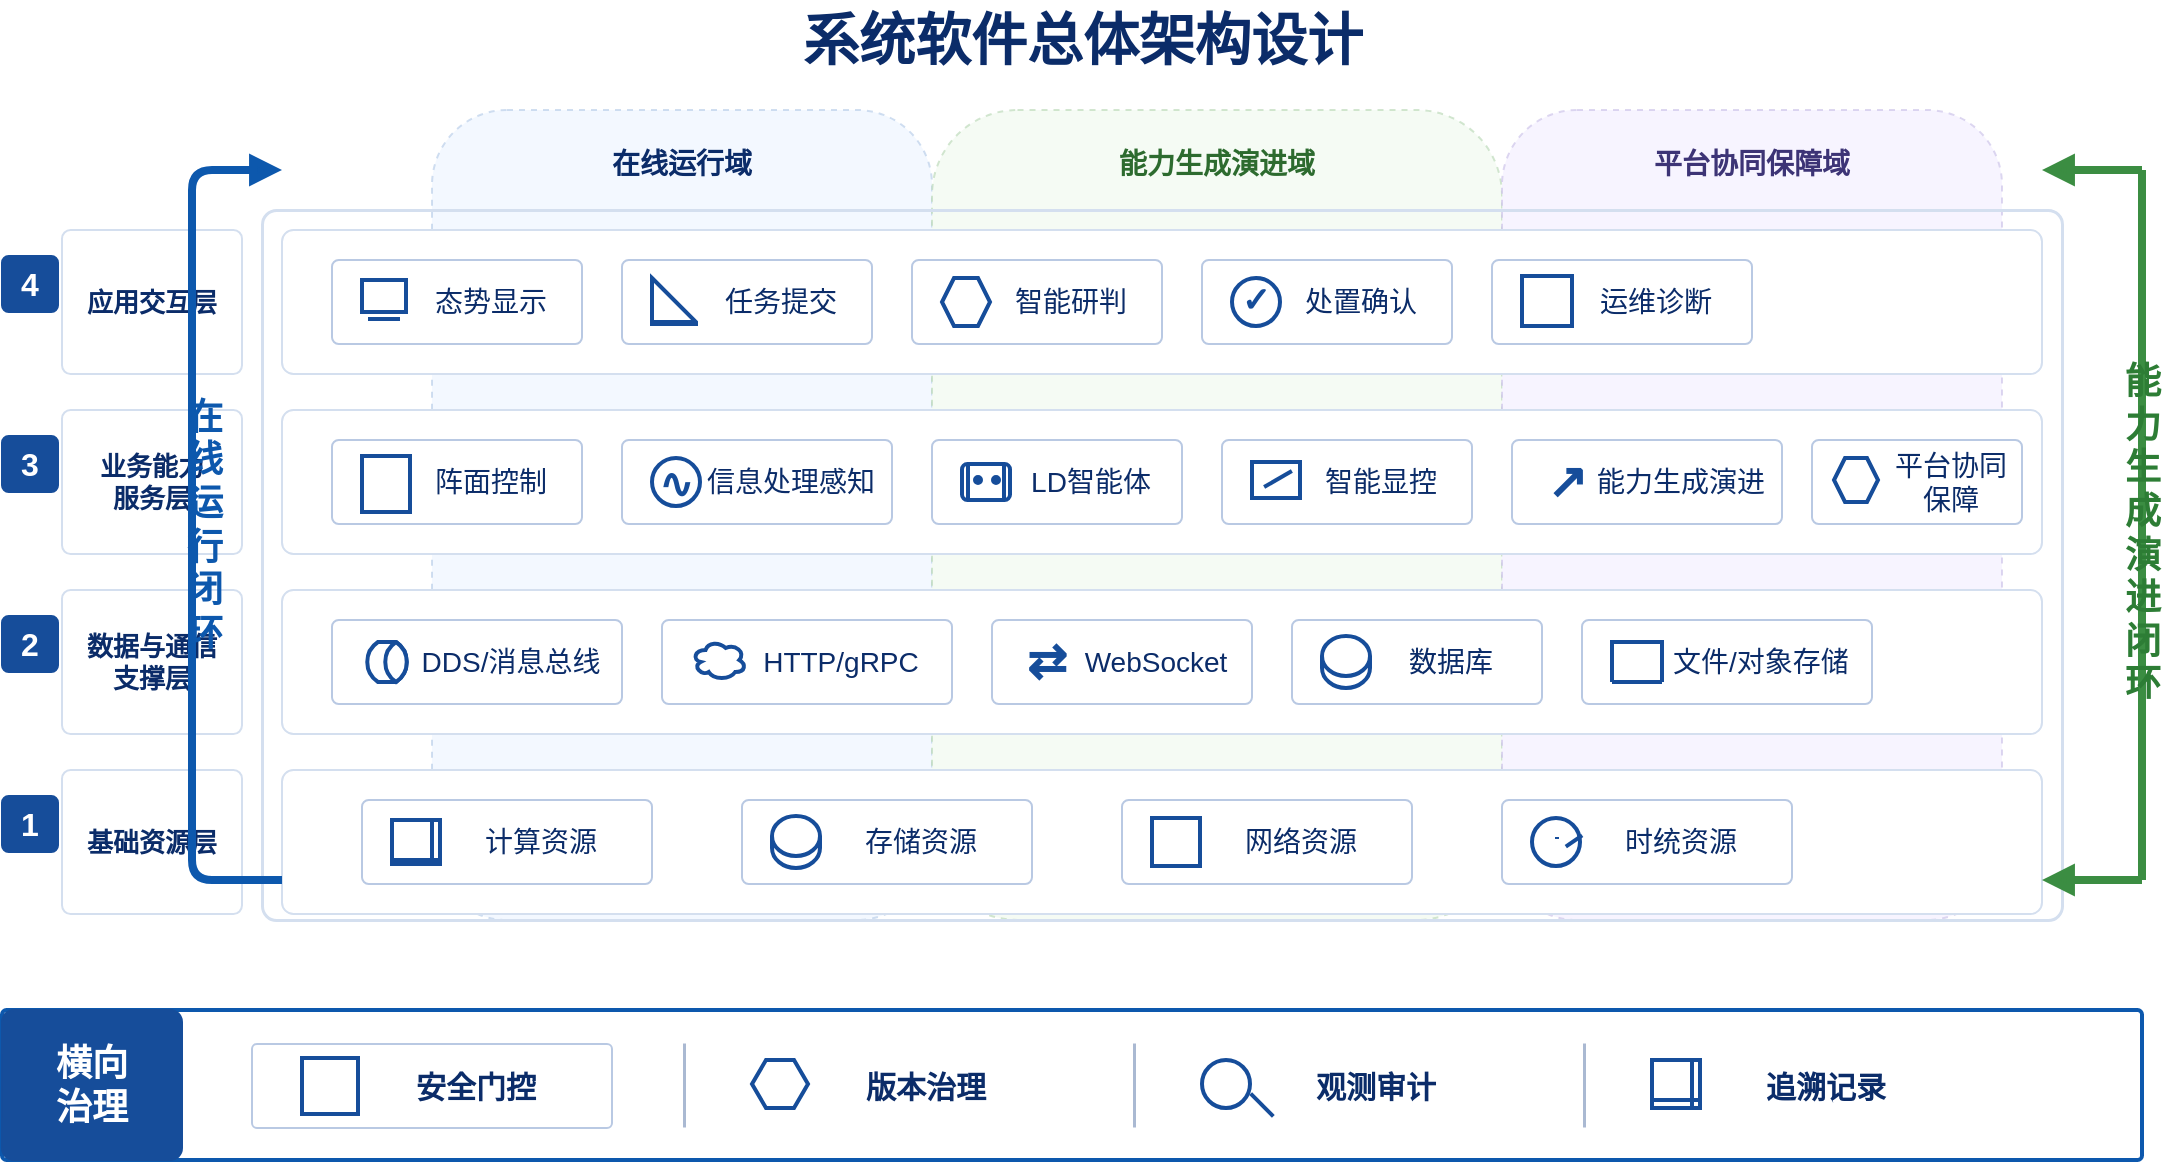
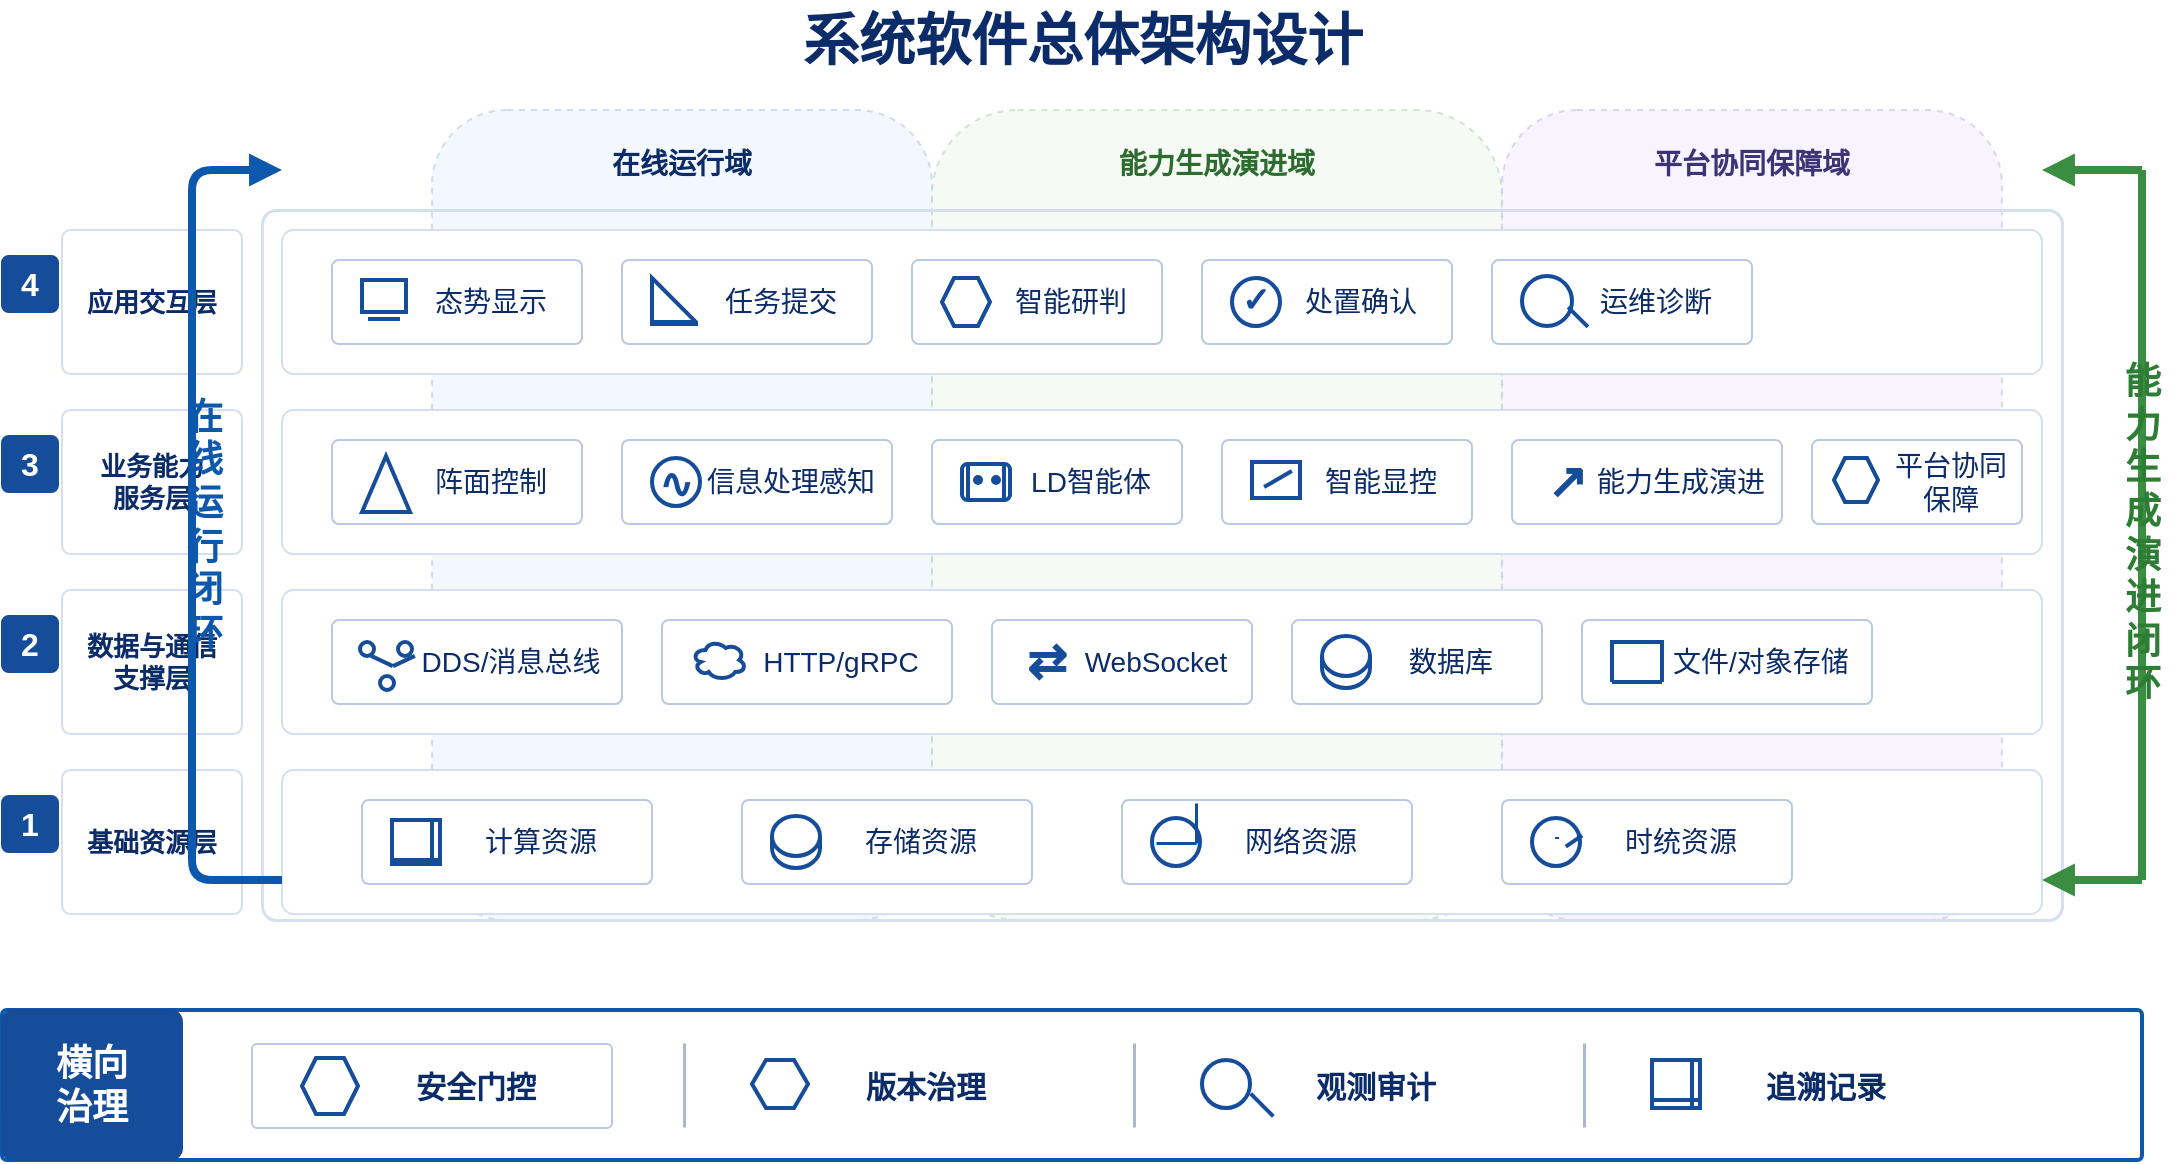
<?xml version="1.0" encoding="UTF-8"?>
<mxfile host="drawio" modified="2026-05-15T00:00:00.000Z" agent="Codex" version="20.3.0" type="device">
  <diagram id="system-software-architecture" name="系统软件总体架构设计">
    <mxGraphModel dx="1422" dy="794" grid="1" gridSize="10" guides="1" tooltips="1" connect="1" arrows="1" fold="1" page="1" pageScale="1" pageWidth="1160" pageHeight="650" math="0" shadow="0">
      <root>
        <mxCell id="0"/>
        <mxCell id="1" parent="0"/>
        <mxCell id="title" value="系统软件总体架构设计" style="text;html=1;strokeColor=none;fillColor=none;fontSize=28;fontStyle=1;fontColor=#0b2c69;align=center;verticalAlign=middle;" vertex="1" parent="1">
          <mxGeometry x="330" y="10" width="500" height="40" as="geometry"/>
        </mxCell>
        <mxCell id="domain-online" value="在线运行域" style="rounded=1;whiteSpace=wrap;html=1;container=1;recursiveResize=0;fillColor=#eef6ff;strokeColor=#bdd1ea;dashed=1;fontColor=#0b2c69;fontSize=14;fontStyle=1;verticalAlign=top;spacingTop=12;opacity=70;" vertex="1" parent="1">
          <mxGeometry x="255" y="65" width="250" height="405" as="geometry"/>
        </mxCell>
        <mxCell id="domain-evolution" value="能力生成演进域" style="rounded=1;whiteSpace=wrap;html=1;container=1;recursiveResize=0;fillColor=#f1faef;strokeColor=#bfdcbc;dashed=1;fontColor=#2d6b2f;fontSize=14;fontStyle=1;verticalAlign=top;spacingTop=12;opacity=70;" vertex="1" parent="1">
          <mxGeometry x="505" y="65" width="285" height="405" as="geometry"/>
        </mxCell>
        <mxCell id="domain-platform" value="平台协同保障域" style="rounded=1;whiteSpace=wrap;html=1;container=1;recursiveResize=0;fillColor=#f4f0ff;strokeColor=#cfc6ea;dashed=1;fontColor=#3d3476;fontSize=14;fontStyle=1;verticalAlign=top;spacingTop=12;opacity=70;" vertex="1" parent="1">
          <mxGeometry x="790" y="65" width="250" height="405" as="geometry"/>
        </mxCell>
        <mxCell id="main-shell" value="" style="rounded=1;whiteSpace=wrap;html=1;fillColor=none;strokeColor=#d4dfef;strokeWidth=1.5;arcSize=2;" vertex="1" parent="1">
          <mxGeometry x="170" y="115" width="900" height="355" as="geometry"/>
        </mxCell>
        <mxCell id="row-app" value="" style="rounded=1;whiteSpace=wrap;html=1;fillColor=#ffffff;strokeColor=#d4dfef;arcSize=8;" vertex="1" parent="1">
          <mxGeometry x="180" y="125" width="880" height="72" as="geometry"/>
        </mxCell>
        <mxCell id="row-service" value="" style="rounded=1;whiteSpace=wrap;html=1;fillColor=#ffffff;strokeColor=#d4dfef;arcSize=8;" vertex="1" parent="1">
          <mxGeometry x="180" y="215" width="880" height="72" as="geometry"/>
        </mxCell>
        <mxCell id="row-data" value="" style="rounded=1;whiteSpace=wrap;html=1;fillColor=#ffffff;strokeColor=#d4dfef;arcSize=8;" vertex="1" parent="1">
          <mxGeometry x="180" y="305" width="880" height="72" as="geometry"/>
        </mxCell>
        <mxCell id="row-resource" value="" style="rounded=1;whiteSpace=wrap;html=1;fillColor=#ffffff;strokeColor=#d4dfef;arcSize=8;" vertex="1" parent="1">
          <mxGeometry x="180" y="395" width="880" height="72" as="geometry"/>
        </mxCell>
        <mxCell id="layer1-n" value="1" style="rounded=1;whiteSpace=wrap;html=1;fillColor=#164d9a;strokeColor=#164d9a;fontColor=#ffffff;fontSize=16;fontStyle=1;arcSize=12;" vertex="1" parent="1">
          <mxGeometry x="40" y="408" width="28" height="28" as="geometry"/>
        </mxCell>
        <mxCell id="layer1-t" value="基础资源层" style="rounded=1;whiteSpace=wrap;html=1;fillColor=#ffffff;strokeColor=#d4dfef;fontColor=#0b2c69;fontSize=13;fontStyle=1;arcSize=6;" vertex="1" parent="1">
          <mxGeometry x="70" y="395" width="90" height="72" as="geometry"/>
        </mxCell>
        <mxCell id="layer2-n" value="2" style="rounded=1;whiteSpace=wrap;html=1;fillColor=#164d9a;strokeColor=#164d9a;fontColor=#ffffff;fontSize=16;fontStyle=1;arcSize=12;" vertex="1" parent="1">
          <mxGeometry x="40" y="318" width="28" height="28" as="geometry"/>
        </mxCell>
        <mxCell id="layer2-t" value="数据与通信&#xa;支撑层" style="rounded=1;whiteSpace=wrap;html=1;fillColor=#ffffff;strokeColor=#d4dfef;fontColor=#0b2c69;fontSize=13;fontStyle=1;arcSize=6;" vertex="1" parent="1">
          <mxGeometry x="70" y="305" width="90" height="72" as="geometry"/>
        </mxCell>
        <mxCell id="layer3-n" value="3" style="rounded=1;whiteSpace=wrap;html=1;fillColor=#164d9a;strokeColor=#164d9a;fontColor=#ffffff;fontSize=16;fontStyle=1;arcSize=12;" vertex="1" parent="1">
          <mxGeometry x="40" y="228" width="28" height="28" as="geometry"/>
        </mxCell>
        <mxCell id="layer3-t" value="业务能力&#xa;服务层" style="rounded=1;whiteSpace=wrap;html=1;fillColor=#ffffff;strokeColor=#d4dfef;fontColor=#0b2c69;fontSize=13;fontStyle=1;arcSize=6;" vertex="1" parent="1">
          <mxGeometry x="70" y="215" width="90" height="72" as="geometry"/>
        </mxCell>
        <mxCell id="layer4-n" value="4" style="rounded=1;whiteSpace=wrap;html=1;fillColor=#164d9a;strokeColor=#164d9a;fontColor=#ffffff;fontSize=16;fontStyle=1;arcSize=12;" vertex="1" parent="1">
          <mxGeometry x="40" y="138" width="28" height="28" as="geometry"/>
        </mxCell>
        <mxCell id="layer4-t" value="应用交互层" style="rounded=1;whiteSpace=wrap;html=1;fillColor=#ffffff;strokeColor=#d4dfef;fontColor=#0b2c69;fontSize=13;fontStyle=1;arcSize=6;" vertex="1" parent="1">
          <mxGeometry x="70" y="125" width="90" height="72" as="geometry"/>
        </mxCell>
        <mxCell id="app1" value="态势显示" style="rounded=1;whiteSpace=wrap;html=1;fillColor=#ffffff;strokeColor=#b9c9e3;fontColor=#0b2c69;fontSize=14;spacingLeft=34;arcSize=8;" vertex="1" parent="1">
          <mxGeometry x="205" y="140" width="125" height="42" as="geometry"/>
        </mxCell>
        <mxCell id="app1-icon" value="" style="rounded=0;whiteSpace=wrap;html=1;fillColor=none;strokeColor=#164d9a;strokeWidth=2;" vertex="1" parent="1">
          <mxGeometry x="220" y="150" width="22" height="16" as="geometry"/>
        </mxCell>
        <mxCell id="app1-base" value="" style="shape=line;strokeColor=#164d9a;strokeWidth=2;rotation=0;" vertex="1" parent="1">
          <mxGeometry x="223" y="169" width="16" height="1" as="geometry"/>
        </mxCell>
        <mxCell id="app2" value="任务提交" style="rounded=1;whiteSpace=wrap;html=1;fillColor=#ffffff;strokeColor=#b9c9e3;fontColor=#0b2c69;fontSize=14;spacingLeft=34;arcSize=8;" vertex="1" parent="1">
          <mxGeometry x="350" y="140" width="125" height="42" as="geometry"/>
        </mxCell>
        <mxCell id="app2-icon" value="" style="shape=note;whiteSpace=wrap;html=1;fillColor=none;strokeColor=#164d9a;strokeWidth=2;" vertex="1" parent="1">
          <mxGeometry x="365" y="149" width="22" height="23" as="geometry"/>
        </mxCell>
        <mxCell id="app3" value="智能研判" style="rounded=1;whiteSpace=wrap;html=1;fillColor=#ffffff;strokeColor=#b9c9e3;fontColor=#0b2c69;fontSize=14;spacingLeft=34;arcSize=8;" vertex="1" parent="1">
          <mxGeometry x="495" y="140" width="125" height="42" as="geometry"/>
        </mxCell>
        <mxCell id="app3-icon" value="" style="shape=hexagon;perimeter=hexagonPerimeter2;whiteSpace=wrap;html=1;fillColor=none;strokeColor=#164d9a;strokeWidth=2;" vertex="1" parent="1">
          <mxGeometry x="510" y="149" width="24" height="24" as="geometry"/>
        </mxCell>
        <mxCell id="app4" value="处置确认" style="rounded=1;whiteSpace=wrap;html=1;fillColor=#ffffff;strokeColor=#b9c9e3;fontColor=#0b2c69;fontSize=14;spacingLeft=34;arcSize=8;" vertex="1" parent="1">
          <mxGeometry x="640" y="140" width="125" height="42" as="geometry"/>
        </mxCell>
        <mxCell id="app4-icon" value="✓" style="ellipse;whiteSpace=wrap;html=1;fillColor=none;strokeColor=#164d9a;strokeWidth=2;fontColor=#164d9a;fontSize=17;fontStyle=1;" vertex="1" parent="1">
          <mxGeometry x="655" y="149" width="24" height="24" as="geometry"/>
        </mxCell>
        <mxCell id="app5" value="运维诊断" style="rounded=1;whiteSpace=wrap;html=1;fillColor=#ffffff;strokeColor=#b9c9e3;fontColor=#0b2c69;fontSize=14;spacingLeft=34;arcSize=8;" vertex="1" parent="1">
          <mxGeometry x="785" y="140" width="130" height="42" as="geometry"/>
        </mxCell>
-         <mxCell id="app5-icon" value="" style="shape=stethoscope;whiteSpace=wrap;html=1;fillColor=none;strokeColor=#164d9a;strokeWidth=2;" vertex="1" parent="1">
+         <mxCell id="app5-icon" value="" style="ellipse;whiteSpace=wrap;html=1;fillColor=none;strokeColor=#164d9a;strokeWidth=2;" vertex="1" parent="1">
          <mxGeometry x="800" y="148" width="25" height="25" as="geometry"/>
+         </mxCell>
+         <mxCell id="app5-handle" value="" style="shape=line;strokeColor=#164d9a;strokeWidth=2;rotation=45;" vertex="1" parent="1">
+           <mxGeometry x="821" y="168" width="14" height="1" as="geometry"/>
        </mxCell>
        <mxCell id="svc1" value="阵面控制" style="rounded=1;whiteSpace=wrap;html=1;fillColor=#ffffff;strokeColor=#b9c9e3;fontColor=#0b2c69;fontSize=14;spacingLeft=34;arcSize=8;" vertex="1" parent="1">
          <mxGeometry x="205" y="230" width="125" height="42" as="geometry"/>
        </mxCell>
-         <mxCell id="svc1-icon" value="" style="shape=mxgraph.electrical.radio.radio_tower;whiteSpace=wrap;html=1;fillColor=none;strokeColor=#164d9a;strokeWidth=2;" vertex="1" parent="1">
+         <mxCell id="svc1-icon" value="" style="shape=triangle;direction=north;whiteSpace=wrap;html=1;fillColor=none;strokeColor=#164d9a;strokeWidth=2;" vertex="1" parent="1">
          <mxGeometry x="220" y="238" width="24" height="28" as="geometry"/>
        </mxCell>
        <mxCell id="svc2" value="信息处理感知" style="rounded=1;whiteSpace=wrap;html=1;fillColor=#ffffff;strokeColor=#b9c9e3;fontColor=#0b2c69;fontSize=14;spacingLeft=34;arcSize=8;" vertex="1" parent="1">
          <mxGeometry x="350" y="230" width="135" height="42" as="geometry"/>
        </mxCell>
        <mxCell id="svc2-icon" value="∿" style="ellipse;whiteSpace=wrap;html=1;fillColor=none;strokeColor=#164d9a;strokeWidth=2;fontColor=#164d9a;fontSize=20;fontStyle=1;" vertex="1" parent="1">
          <mxGeometry x="365" y="239" width="24" height="24" as="geometry"/>
        </mxCell>
        <mxCell id="svc3" value="LD智能体" style="rounded=1;whiteSpace=wrap;html=1;fillColor=#ffffff;strokeColor=#b9c9e3;fontColor=#0b2c69;fontSize=14;spacingLeft=34;arcSize=8;" vertex="1" parent="1">
          <mxGeometry x="505" y="230" width="125" height="42" as="geometry"/>
        </mxCell>
        <mxCell id="svc3-icon" value="" style="shape=process;whiteSpace=wrap;html=1;fillColor=none;strokeColor=#164d9a;strokeWidth=2;rounded=1;" vertex="1" parent="1">
          <mxGeometry x="520" y="242" width="24" height="18" as="geometry"/>
        </mxCell>
        <mxCell id="svc3-eye1" value="" style="ellipse;whiteSpace=wrap;html=1;fillColor=#164d9a;strokeColor=#164d9a;" vertex="1" parent="1">
          <mxGeometry x="526" y="248" width="4" height="4" as="geometry"/>
        </mxCell>
        <mxCell id="svc3-eye2" value="" style="ellipse;whiteSpace=wrap;html=1;fillColor=#164d9a;strokeColor=#164d9a;" vertex="1" parent="1">
          <mxGeometry x="535" y="248" width="4" height="4" as="geometry"/>
        </mxCell>
        <mxCell id="svc4" value="智能显控" style="rounded=1;whiteSpace=wrap;html=1;fillColor=#ffffff;strokeColor=#b9c9e3;fontColor=#0b2c69;fontSize=14;spacingLeft=34;arcSize=8;" vertex="1" parent="1">
          <mxGeometry x="650" y="230" width="125" height="42" as="geometry"/>
        </mxCell>
        <mxCell id="svc4-icon" value="" style="rounded=0;whiteSpace=wrap;html=1;fillColor=none;strokeColor=#164d9a;strokeWidth=2;" vertex="1" parent="1">
          <mxGeometry x="665" y="241" width="24" height="18" as="geometry"/>
        </mxCell>
        <mxCell id="svc4-line" value="" style="shape=line;strokeColor=#164d9a;strokeWidth=2;rotation=-30;" vertex="1" parent="1">
          <mxGeometry x="670" y="249" width="16" height="1" as="geometry"/>
        </mxCell>
        <mxCell id="svc5" value="能力生成演进" style="rounded=1;whiteSpace=wrap;html=1;fillColor=#ffffff;strokeColor=#b9c9e3;fontColor=#0b2c69;fontSize=14;spacingLeft=34;arcSize=8;" vertex="1" parent="1">
          <mxGeometry x="795" y="230" width="135" height="42" as="geometry"/>
        </mxCell>
        <mxCell id="svc5-icon" value="↗" style="text;html=1;strokeColor=none;fillColor=none;fontColor=#164d9a;fontSize=24;fontStyle=1;align=center;verticalAlign=middle;" vertex="1" parent="1">
          <mxGeometry x="810" y="238" width="24" height="26" as="geometry"/>
        </mxCell>
        <mxCell id="svc6" value="平台协同保障" style="rounded=1;whiteSpace=wrap;html=1;fillColor=#ffffff;strokeColor=#b9c9e3;fontColor=#0b2c69;fontSize=14;spacingLeft=34;arcSize=8;" vertex="1" parent="1">
          <mxGeometry x="945" y="230" width="105" height="42" as="geometry"/>
        </mxCell>
        <mxCell id="svc6-icon" value="" style="shape=hexagon;perimeter=hexagonPerimeter2;whiteSpace=wrap;html=1;fillColor=none;strokeColor=#164d9a;strokeWidth=2;" vertex="1" parent="1">
          <mxGeometry x="956" y="239" width="22" height="22" as="geometry"/>
        </mxCell>
        <mxCell id="data1" value="DDS/消息总线" style="rounded=1;whiteSpace=wrap;html=1;fillColor=#ffffff;strokeColor=#b9c9e3;fontColor=#0b2c69;fontSize=14;spacingLeft=34;arcSize=8;" vertex="1" parent="1">
          <mxGeometry x="205" y="320" width="145" height="42" as="geometry"/>
        </mxCell>
-         <mxCell id="data1-icon" value="" style="shape=mxgraph.networks.bus;whiteSpace=wrap;html=1;fillColor=none;strokeColor=#164d9a;strokeWidth=2;" vertex="1" parent="1">
-           <mxGeometry x="220" y="330" width="25" height="22" as="geometry"/>
+         <mxCell id="data1-icon" value="" style="ellipse;whiteSpace=wrap;html=1;fillColor=none;strokeColor=#164d9a;strokeWidth=2;" vertex="1" parent="1">
+           <mxGeometry x="219" y="331" width="7" height="7" as="geometry"/>
+         </mxCell>
+         <mxCell id="data1-icon-b" value="" style="ellipse;whiteSpace=wrap;html=1;fillColor=none;strokeColor=#164d9a;strokeWidth=2;" vertex="1" parent="1">
+           <mxGeometry x="238" y="331" width="7" height="7" as="geometry"/>
+         </mxCell>
+         <mxCell id="data1-icon-c" value="" style="ellipse;whiteSpace=wrap;html=1;fillColor=none;strokeColor=#164d9a;strokeWidth=2;" vertex="1" parent="1">
+           <mxGeometry x="229" y="348" width="7" height="7" as="geometry"/>
+         </mxCell>
+         <mxCell id="data1-line-a" value="" style="shape=line;strokeColor=#164d9a;strokeWidth=2;rotation=25;" vertex="1" parent="1">
+           <mxGeometry x="224" y="340" width="12" height="1" as="geometry"/>
+         </mxCell>
+         <mxCell id="data1-line-b" value="" style="shape=line;strokeColor=#164d9a;strokeWidth=2;rotation=-25;" vertex="1" parent="1">
+           <mxGeometry x="235" y="340" width="12" height="1" as="geometry"/>
        </mxCell>
        <mxCell id="data2" value="HTTP/gRPC" style="rounded=1;whiteSpace=wrap;html=1;fillColor=#ffffff;strokeColor=#b9c9e3;fontColor=#0b2c69;fontSize=14;spacingLeft=34;arcSize=8;" vertex="1" parent="1">
          <mxGeometry x="370" y="320" width="145" height="42" as="geometry"/>
        </mxCell>
        <mxCell id="data2-icon" value="" style="shape=cloud;whiteSpace=wrap;html=1;fillColor=none;strokeColor=#164d9a;strokeWidth=2;" vertex="1" parent="1">
          <mxGeometry x="385" y="330" width="27" height="20" as="geometry"/>
        </mxCell>
        <mxCell id="data3" value="WebSocket" style="rounded=1;whiteSpace=wrap;html=1;fillColor=#ffffff;strokeColor=#b9c9e3;fontColor=#0b2c69;fontSize=14;spacingLeft=34;arcSize=8;" vertex="1" parent="1">
          <mxGeometry x="535" y="320" width="130" height="42" as="geometry"/>
        </mxCell>
        <mxCell id="data3-icon" value="⇄" style="text;html=1;strokeColor=none;fillColor=none;fontColor=#164d9a;fontSize=24;fontStyle=1;align=center;verticalAlign=middle;" vertex="1" parent="1">
          <mxGeometry x="550" y="328" width="24" height="26" as="geometry"/>
        </mxCell>
        <mxCell id="data4" value="数据库" style="rounded=1;whiteSpace=wrap;html=1;fillColor=#ffffff;strokeColor=#b9c9e3;fontColor=#0b2c69;fontSize=14;spacingLeft=34;arcSize=8;" vertex="1" parent="1">
          <mxGeometry x="685" y="320" width="125" height="42" as="geometry"/>
        </mxCell>
        <mxCell id="data4-icon" value="" style="shape=cylinder3;whiteSpace=wrap;html=1;boundedLbl=1;backgroundOutline=1;size=10;fillColor=none;strokeColor=#164d9a;strokeWidth=2;" vertex="1" parent="1">
          <mxGeometry x="700" y="328" width="24" height="26" as="geometry"/>
        </mxCell>
        <mxCell id="data5" value="文件/对象存储" style="rounded=1;whiteSpace=wrap;html=1;fillColor=#ffffff;strokeColor=#b9c9e3;fontColor=#0b2c69;fontSize=14;spacingLeft=34;arcSize=8;" vertex="1" parent="1">
          <mxGeometry x="830" y="320" width="145" height="42" as="geometry"/>
        </mxCell>
        <mxCell id="data5-icon" value="" style="shape=folder;whiteSpace=wrap;html=1;fillColor=none;strokeColor=#164d9a;strokeWidth=2;" vertex="1" parent="1">
          <mxGeometry x="845" y="331" width="25" height="20" as="geometry"/>
        </mxCell>
        <mxCell id="res1" value="计算资源" style="rounded=1;whiteSpace=wrap;html=1;fillColor=#ffffff;strokeColor=#b9c9e3;fontColor=#0b2c69;fontSize=14;spacingLeft=34;arcSize=8;" vertex="1" parent="1">
          <mxGeometry x="220" y="410" width="145" height="42" as="geometry"/>
        </mxCell>
        <mxCell id="res1-icon" value="" style="shape=internalStorage;whiteSpace=wrap;html=1;fillColor=none;strokeColor=#164d9a;strokeWidth=2;" vertex="1" parent="1">
          <mxGeometry x="235" y="420" width="24" height="22" as="geometry"/>
        </mxCell>
        <mxCell id="res2" value="存储资源" style="rounded=1;whiteSpace=wrap;html=1;fillColor=#ffffff;strokeColor=#b9c9e3;fontColor=#0b2c69;fontSize=14;spacingLeft=34;arcSize=8;" vertex="1" parent="1">
          <mxGeometry x="410" y="410" width="145" height="42" as="geometry"/>
        </mxCell>
        <mxCell id="res2-icon" value="" style="shape=cylinder3;whiteSpace=wrap;html=1;boundedLbl=1;backgroundOutline=1;size=10;fillColor=none;strokeColor=#164d9a;strokeWidth=2;" vertex="1" parent="1">
          <mxGeometry x="425" y="418" width="24" height="26" as="geometry"/>
        </mxCell>
        <mxCell id="res3" value="网络资源" style="rounded=1;whiteSpace=wrap;html=1;fillColor=#ffffff;strokeColor=#b9c9e3;fontColor=#0b2c69;fontSize=14;spacingLeft=34;arcSize=8;" vertex="1" parent="1">
          <mxGeometry x="600" y="410" width="145" height="42" as="geometry"/>
        </mxCell>
-         <mxCell id="res3-icon" value="" style="ellipse;shape=globe;whiteSpace=wrap;html=1;fillColor=none;strokeColor=#164d9a;strokeWidth=2;" vertex="1" parent="1">
+         <mxCell id="res3-icon" value="" style="ellipse;whiteSpace=wrap;html=1;fillColor=none;strokeColor=#164d9a;strokeWidth=2;" vertex="1" parent="1">
          <mxGeometry x="615" y="419" width="24" height="24" as="geometry"/>
+         </mxCell>
+         <mxCell id="res3-line-a" value="" style="shape=line;strokeColor=#164d9a;strokeWidth=1.5;rotation=0;" vertex="1" parent="1">
+           <mxGeometry x="617" y="431" width="20" height="1" as="geometry"/>
+         </mxCell>
+         <mxCell id="res3-line-b" value="" style="shape=line;strokeColor=#164d9a;strokeWidth=1.5;rotation=90;" vertex="1" parent="1">
+           <mxGeometry x="627" y="421" width="20" height="1" as="geometry"/>
        </mxCell>
        <mxCell id="res4" value="时统资源" style="rounded=1;whiteSpace=wrap;html=1;fillColor=#ffffff;strokeColor=#b9c9e3;fontColor=#0b2c69;fontSize=14;spacingLeft=34;arcSize=8;" vertex="1" parent="1">
          <mxGeometry x="790" y="410" width="145" height="42" as="geometry"/>
        </mxCell>
        <mxCell id="res4-icon" value="" style="ellipse;whiteSpace=wrap;html=1;fillColor=none;strokeColor=#164d9a;strokeWidth=2;" vertex="1" parent="1">
          <mxGeometry x="805" y="419" width="24" height="24" as="geometry"/>
        </mxCell>
        <mxCell id="res4-hand1" value="" style="shape=line;strokeColor=#164d9a;strokeWidth=2;rotation=90;" vertex="1" parent="1">
          <mxGeometry x="817" y="423" width="1" height="12" as="geometry"/>
        </mxCell>
        <mxCell id="res4-hand2" value="" style="shape=line;strokeColor=#164d9a;strokeWidth=2;rotation=-35;" vertex="1" parent="1">
          <mxGeometry x="821" y="430" width="10" height="1" as="geometry"/>
        </mxCell>
        <mxCell id="loop-left" value="" style="edgeStyle=orthogonalEdgeStyle;rounded=1;orthogonalLoop=1;jettySize=auto;html=1;endArrow=block;endFill=1;strokeColor=#0d58ad;strokeWidth=4;" edge="1" parent="1">
          <mxGeometry relative="1" as="geometry">
            <mxPoint x="180" y="450" as="sourcePoint"/>
            <Array as="points">
              <mxPoint x="135" y="450"/>
              <mxPoint x="135" y="95"/>
            </Array>
            <mxPoint x="180" y="95" as="targetPoint"/>
          </mxGeometry>
        </mxCell>
        <mxCell id="loop-left-label" value="在&#xa;线&#xa;运&#xa;行&#xa;闭&#xa;环" style="text;html=1;strokeColor=none;fillColor=none;fontColor=#0d58ad;fontSize=18;fontStyle=1;align=center;verticalAlign=middle;" vertex="1" parent="1">
          <mxGeometry x="123" y="198" width="36" height="150" as="geometry"/>
        </mxCell>
        <mxCell id="loop-right-top" value="" style="edgeStyle=orthogonalEdgeStyle;rounded=1;orthogonalLoop=1;jettySize=auto;html=1;endArrow=block;endFill=1;strokeColor=#3b8d42;strokeWidth=4;" edge="1" parent="1">
          <mxGeometry relative="1" as="geometry">
            <mxPoint x="1110" y="95" as="sourcePoint"/>
            <mxPoint x="1060" y="95" as="targetPoint"/>
          </mxGeometry>
        </mxCell>
        <mxCell id="loop-right-line" value="" style="edgeStyle=orthogonalEdgeStyle;rounded=1;orthogonalLoop=1;jettySize=auto;html=1;endArrow=none;startArrow=none;strokeColor=#3b8d42;strokeWidth=4;" edge="1" parent="1">
          <mxGeometry relative="1" as="geometry">
            <mxPoint x="1110" y="95" as="sourcePoint"/>
            <mxPoint x="1110" y="450" as="targetPoint"/>
          </mxGeometry>
        </mxCell>
        <mxCell id="loop-right-bottom" value="" style="edgeStyle=orthogonalEdgeStyle;rounded=1;orthogonalLoop=1;jettySize=auto;html=1;endArrow=block;endFill=1;strokeColor=#3b8d42;strokeWidth=4;" edge="1" parent="1">
          <mxGeometry relative="1" as="geometry">
            <mxPoint x="1110" y="450" as="sourcePoint"/>
            <mxPoint x="1060" y="450" as="targetPoint"/>
          </mxGeometry>
        </mxCell>
        <mxCell id="loop-right-label" value="能&#xa;力&#xa;生&#xa;成&#xa;演&#xa;进&#xa;闭&#xa;环" style="text;html=1;strokeColor=none;fillColor=none;fontColor=#2d7d35;fontSize=18;fontStyle=1;align=center;verticalAlign=middle;" vertex="1" parent="1">
          <mxGeometry x="1092" y="182" width="36" height="190" as="geometry"/>
        </mxCell>
        <mxCell id="gov-shell" value="" style="rounded=1;whiteSpace=wrap;html=1;fillColor=#ffffff;strokeColor=#0d58ad;strokeWidth=2;arcSize=3;" vertex="1" parent="1">
          <mxGeometry x="40" y="515" width="1070" height="75" as="geometry"/>
        </mxCell>
        <mxCell id="gov-tab" value="横向&#xa;治理" style="rounded=1;whiteSpace=wrap;html=1;fillColor=#164d9a;strokeColor=#164d9a;fontColor=#ffffff;fontSize=18;fontStyle=1;arcSize=8;" vertex="1" parent="1">
          <mxGeometry x="40" y="515" width="90" height="75" as="geometry"/>
        </mxCell>
        <mxCell id="gov1" value="安全门控" style="rounded=1;whiteSpace=wrap;html=1;fillColor=#ffffff;strokeColor=#b9c9e3;fontColor=#0b2c69;fontSize=15;fontStyle=1;spacingLeft=44;arcSize=6;" vertex="1" parent="1">
          <mxGeometry x="165" y="532" width="180" height="42" as="geometry"/>
        </mxCell>
-         <mxCell id="gov1-icon" value="" style="shape=mxgraph.ios7.misc.shield;whiteSpace=wrap;html=1;fillColor=none;strokeColor=#164d9a;strokeWidth=2;" vertex="1" parent="1">
+         <mxCell id="gov1-icon" value="" style="shape=hexagon;perimeter=hexagonPerimeter2;whiteSpace=wrap;html=1;fillColor=none;strokeColor=#164d9a;strokeWidth=2;" vertex="1" parent="1">
          <mxGeometry x="190" y="539" width="28" height="28" as="geometry"/>
        </mxCell>
        <mxCell id="gov-split1" value="" style="shape=line;strokeColor=#aab9d2;strokeWidth=1.5;rotation=90;" vertex="1" parent="1">
          <mxGeometry x="360" y="552" width="42" height="1" as="geometry"/>
        </mxCell>
        <mxCell id="gov2" value="版本治理" style="rounded=1;whiteSpace=wrap;html=1;fillColor=#ffffff;strokeColor=none;fontColor=#0b2c69;fontSize=15;fontStyle=1;spacingLeft=44;arcSize=6;" vertex="1" parent="1">
          <mxGeometry x="390" y="532" width="180" height="42" as="geometry"/>
        </mxCell>
        <mxCell id="gov2-icon" value="" style="shape=hexagon;perimeter=hexagonPerimeter2;whiteSpace=wrap;html=1;fillColor=none;strokeColor=#164d9a;strokeWidth=2;" vertex="1" parent="1">
          <mxGeometry x="415" y="540" width="28" height="24" as="geometry"/>
        </mxCell>
        <mxCell id="gov-split2" value="" style="shape=line;strokeColor=#aab9d2;strokeWidth=1.5;rotation=90;" vertex="1" parent="1">
          <mxGeometry x="585" y="552" width="42" height="1" as="geometry"/>
        </mxCell>
        <mxCell id="gov3" value="观测审计" style="rounded=1;whiteSpace=wrap;html=1;fillColor=#ffffff;strokeColor=none;fontColor=#0b2c69;fontSize=15;fontStyle=1;spacingLeft=44;arcSize=6;" vertex="1" parent="1">
          <mxGeometry x="615" y="532" width="180" height="42" as="geometry"/>
        </mxCell>
        <mxCell id="gov3-icon" value="" style="ellipse;whiteSpace=wrap;html=1;fillColor=none;strokeColor=#164d9a;strokeWidth=2;" vertex="1" parent="1">
          <mxGeometry x="640" y="540" width="24" height="24" as="geometry"/>
        </mxCell>
        <mxCell id="gov3-handle" value="" style="shape=line;strokeColor=#164d9a;strokeWidth=2;rotation=45;" vertex="1" parent="1">
          <mxGeometry x="662" y="562" width="16" height="1" as="geometry"/>
        </mxCell>
        <mxCell id="gov-split3" value="" style="shape=line;strokeColor=#aab9d2;strokeWidth=1.5;rotation=90;" vertex="1" parent="1">
          <mxGeometry x="810" y="552" width="42" height="1" as="geometry"/>
        </mxCell>
        <mxCell id="gov4" value="追溯记录" style="rounded=1;whiteSpace=wrap;html=1;fillColor=#ffffff;strokeColor=none;fontColor=#0b2c69;fontSize=15;fontStyle=1;spacingLeft=44;arcSize=6;" vertex="1" parent="1">
          <mxGeometry x="840" y="532" width="180" height="42" as="geometry"/>
        </mxCell>
        <mxCell id="gov4-icon" value="" style="shape=internalStorage;whiteSpace=wrap;html=1;fillColor=none;strokeColor=#164d9a;strokeWidth=2;" vertex="1" parent="1">
          <mxGeometry x="865" y="540" width="24" height="24" as="geometry"/>
        </mxCell>
      </root>
    </mxGraphModel>
  </diagram>
</mxfile>
